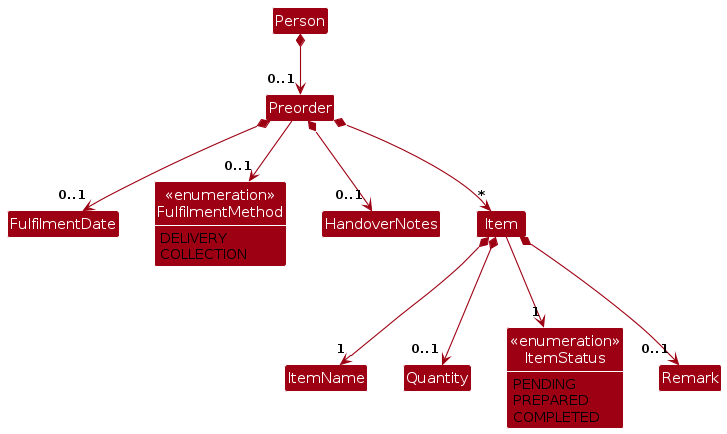
Before: diagrams/PreorderClassDiagram.png, a diagram exported from PlantUML (AY2627S1-CS2103T-F09-3/tp). Its source is kept beside it as diagrams/PreorderClassDiagram.puml. Its diagram source:
```plantuml
@startuml
!include style.puml
skinparam arrowThickness 1.1
skinparam arrowColor MODEL_COLOR
skinparam classBackgroundColor MODEL_COLOR

Class Person
Class Preorder
Class FulfilmentDate
Class "<<enumeration>>\nFulfilmentMethod" as FulfilmentMethod {
DELIVERY
COLLECTION
}
Class HandoverNotes
Class Item
Class ItemName
Class Quantity
Class Remark
Class "<<enumeration>>\nItemStatus" as ItemStatus {
PENDING
PREPARED
COMPLETED
}
show FulfilmentMethod fields
show ItemStatus fields

Person *--> "0..1" Preorder
Preorder *--> "0..1" FulfilmentDate
Preorder --> "0..1" FulfilmentMethod
Preorder *--> "0..1" HandoverNotes
Preorder *--> "*" Item
Item *--> "1" ItemName
Item *--> "0..1" Quantity
Item --> "1" ItemStatus
Item *--> "0..1" Remark

FulfilmentDate -[hidden]right-> FulfilmentMethod
FulfilmentMethod -[hidden]right-> HandoverNotes
HandoverNotes -[hidden]right-> Item
ItemName -[hidden]right-> Quantity
Quantity -[hidden]right-> ItemStatus
ItemStatus -[hidden]right-> Remark
@enduml
```
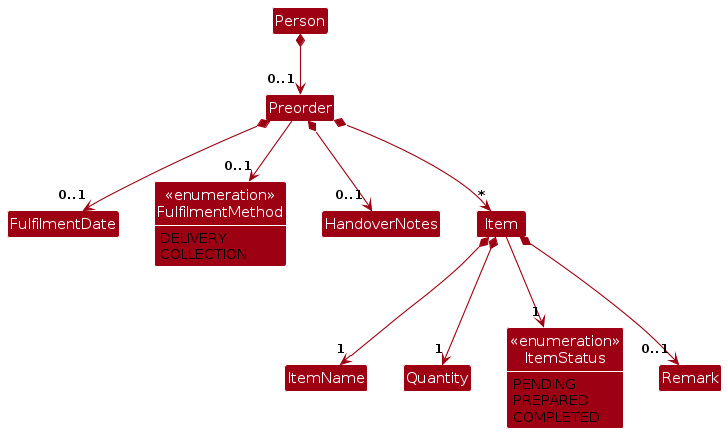
After the change.

Diff of the diagram source:
```diff
@@ -30,7 +30,7 @@
 Preorder *--> "0..1" HandoverNotes
 Preorder *--> "*" Item
 Item *--> "1" ItemName
-Item *--> "0..1" Quantity
+Item *--> "1" Quantity
 Item --> "1" ItemStatus
 Item *--> "0..1" Remark
 
```
